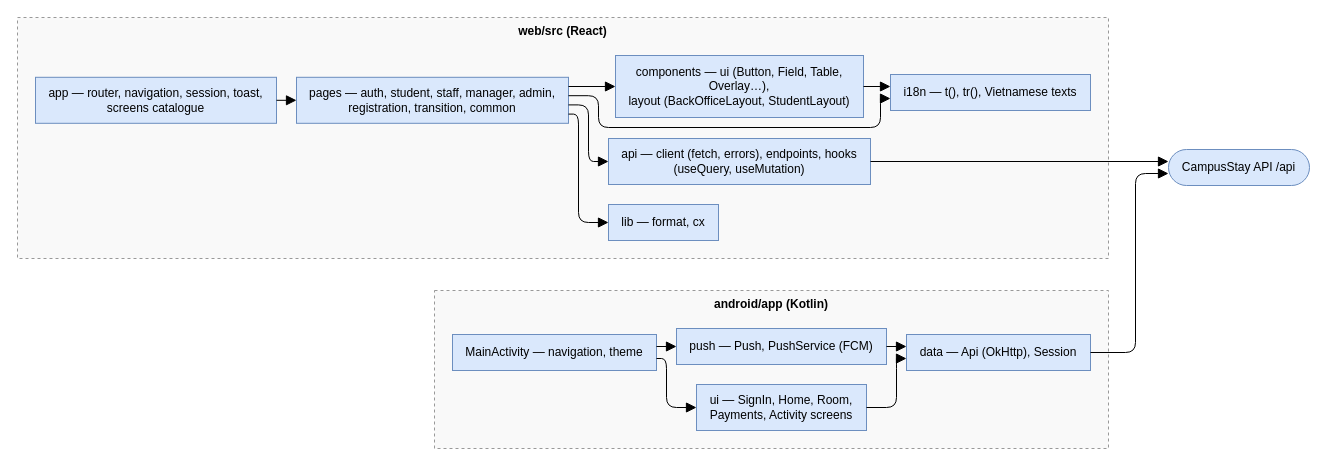
tisou47/CampusStay-FPT keeps this draw.io diagram as docs/diagrams/package-clients.drawio. Above is the earlier version. Source tidied: cells renumbered, new cells numbered last; positions are measured from the earlier drawing's top-left corner, leaving out a move shared by most shapes. Both pictures are drawn from the tidied source at 100%, with x=0, y=0 at pixel (17, 17).
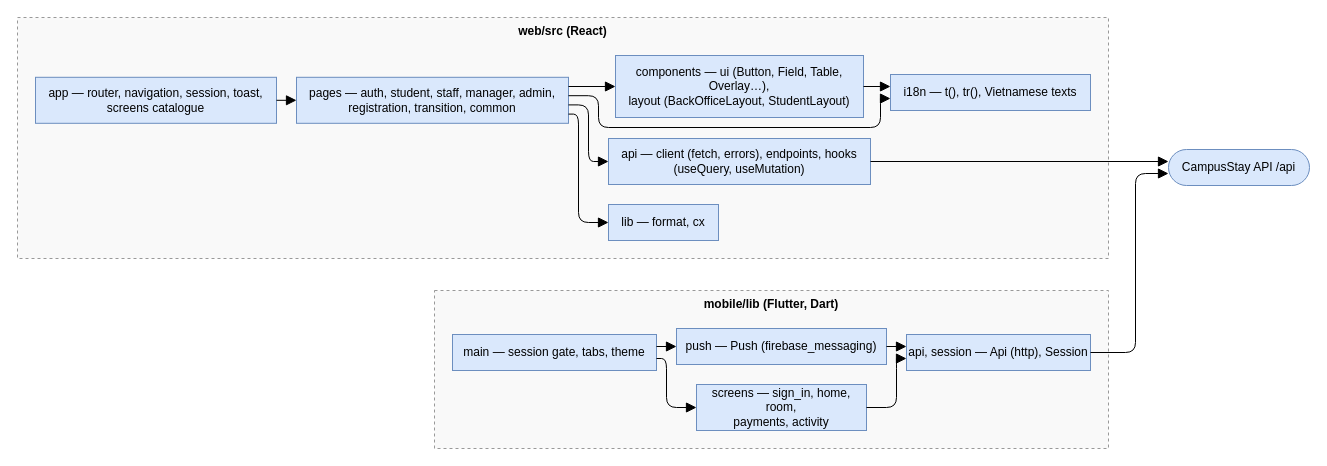
The same page after the edit.

What changed in the source:
```diff
@@
-    <mxCell id="3" value="android/app (Kotlin)" style="rounded=0;html=1;whiteSpace=wrap;fontSize=12;fontFamily=Helvetica;verticalAlign=top;fillColor=#f9f9f9;strokeColor=#999999;dashed=1;fontStyle=1;" parent="1" vertex="1">
+    <mxCell id="3" value="mobile/lib (Flutter, Dart)" style="rounded=0;html=1;whiteSpace=wrap;fontSize=12;fontFamily=Helvetica;verticalAlign=top;fillColor=#f9f9f9;strokeColor=#999999;dashed=1;fontStyle=1;" parent="1" vertex="1">
       <mxGeometry x="417" y="273" width="674" height="158" as="geometry" />
     </mxCell>
@@
-    <mxCell id="10" value="MainActivity — navigation, theme" style="rounded=0;html=1;whiteSpace=wrap;fontSize=12;fontFamily=Helvetica;fillColor=#dae8fc;strokeColor=#6c8ebf;" parent="3" vertex="1">
+    <mxCell id="10" value="main — session gate, tabs, theme" style="rounded=0;html=1;whiteSpace=wrap;fontSize=12;fontFamily=Helvetica;fillColor=#dae8fc;strokeColor=#6c8ebf;" parent="3" vertex="1">
       <mxGeometry x="18" y="44" width="204" height="36" as="geometry" />
     </mxCell>
-    <mxCell id="11" value="ui — SignIn, Home, Room,&lt;br&gt;Payments, Activity screens" style="rounded=0;html=1;whiteSpace=wrap;fontSize=12;fontFamily=Helvetica;fillColor=#dae8fc;strokeColor=#6c8ebf;" parent="3" vertex="1">
+    <mxCell id="11" value="screens — sign_in, home, room,&lt;br&gt;payments, activity" style="rounded=0;html=1;whiteSpace=wrap;fontSize=12;fontFamily=Helvetica;fillColor=#dae8fc;strokeColor=#6c8ebf;" parent="3" vertex="1">
       <mxGeometry x="262" y="94" width="170" height="46" as="geometry" />
     </mxCell>
-    <mxCell id="12" value="data — Api (OkHttp), Session" style="rounded=0;html=1;whiteSpace=wrap;fontSize=12;fontFamily=Helvetica;fillColor=#dae8fc;strokeColor=#6c8ebf;" parent="3" vertex="1">
+    <mxCell id="12" value="api, session — Api (http), Session" style="rounded=0;html=1;whiteSpace=wrap;fontSize=12;fontFamily=Helvetica;fillColor=#dae8fc;strokeColor=#6c8ebf;" parent="3" vertex="1">
       <mxGeometry x="472" y="44" width="184" height="36" as="geometry" />
     </mxCell>
-    <mxCell id="13" value="push — Push, PushService (FCM)" style="rounded=0;html=1;whiteSpace=wrap;fontSize=12;fontFamily=Helvetica;fillColor=#dae8fc;strokeColor=#6c8ebf;" parent="3" vertex="1">
+    <mxCell id="13" value="push — Push (firebase_messaging)" style="rounded=0;html=1;whiteSpace=wrap;fontSize=12;fontFamily=Helvetica;fillColor=#dae8fc;strokeColor=#6c8ebf;" parent="3" vertex="1">
       <mxGeometry x="242" y="38" width="210" height="36" as="geometry" />
     </mxCell>
```
